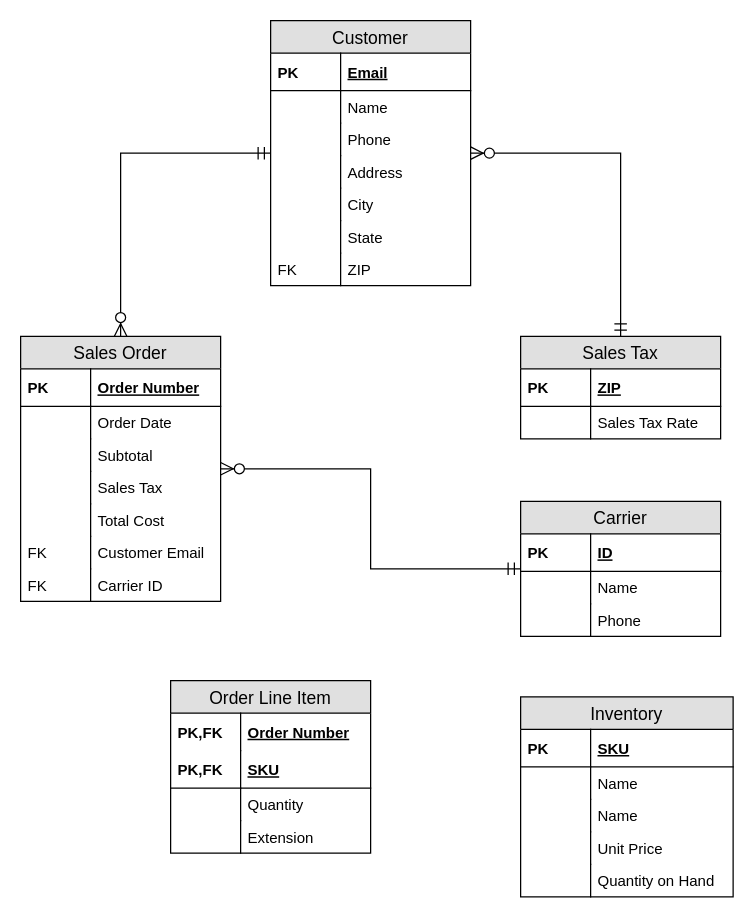
Above: images/normal-step9.drawio in accountingarchitecture/accountingarchitecture.github.io (draw.io), before the change. Source tidied: cells renumbered, new cells numbered last; positions are measured from the earlier drawing's top-left corner, leaving out a move shared by most shapes. Both pictures are drawn from the tidied source at 125%, with x=0, y=0 at pixel (20, 20).
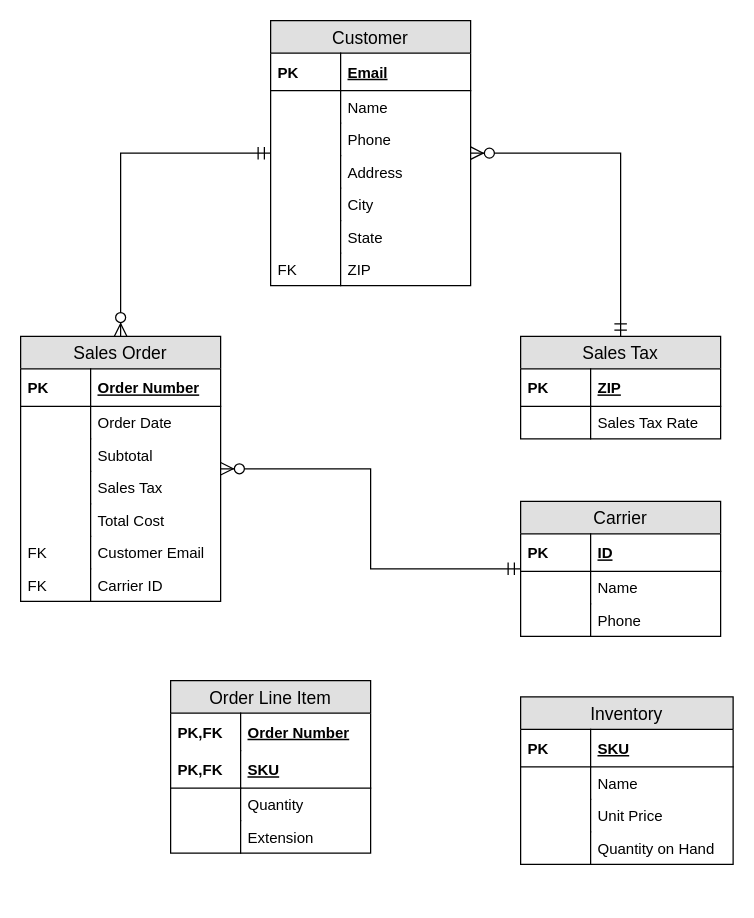
Above is the later version.

What changed in the source:
```diff
@@
     <mxCell id="32" value="Inventory" style="swimlane;fontStyle=0;horizontal=1;startSize=26;fillColor=#e0e0e0;swimlaneFillColor=#ffffff;align=center;fontSize=14;" parent="1" vertex="1">
-      <mxGeometry x="400" y="541" width="170" height="160" as="geometry" />
+      <mxGeometry x="400" y="541" width="170" height="134" as="geometry" />
     </mxCell>
@@
-    <mxCell id="37" value="Name" style="shape=partialRectangle;top=0;left=0;right=0;bottom=0;align=left;verticalAlign=top;fillColor=none;spacingLeft=60;spacingRight=4;overflow=hidden;fontSize=12;" parent="32" vertex="1">
-      <mxGeometry y="82" width="170" height="26" as="geometry" />
-    </mxCell>
-    <mxCell id="38" style="shape=partialRectangle;top=0;left=0;bottom=0;fillColor=none;align=left;verticalAlign=top;spacingLeft=4;spacingRight=4;overflow=hidden;fontSize=12;" parent="37" vertex="1">
-      <mxGeometry width="56" height="26" as="geometry" />
-    </mxCell>
     <mxCell id="39" value="Unit Price" style="shape=partialRectangle;top=0;left=0;right=0;bottom=0;align=left;verticalAlign=top;fillColor=none;spacingLeft=60;spacingRight=4;overflow=hidden;fontSize=12;" parent="32" vertex="1">
-      <mxGeometry y="108" width="170" height="26" as="geometry" />
+      <mxGeometry y="82" width="170" height="26" as="geometry" />
     </mxCell>
@@
     <mxCell id="41" value="Quantity on Hand" style="shape=partialRectangle;top=0;left=0;right=0;bottom=0;align=left;verticalAlign=top;fillColor=none;spacingLeft=60;spacingRight=4;overflow=hidden;fontSize=12;" parent="32" vertex="1">
-      <mxGeometry y="134" width="170" height="26" as="geometry" />
+      <mxGeometry y="108" width="170" height="26" as="geometry" />
     </mxCell>
```
